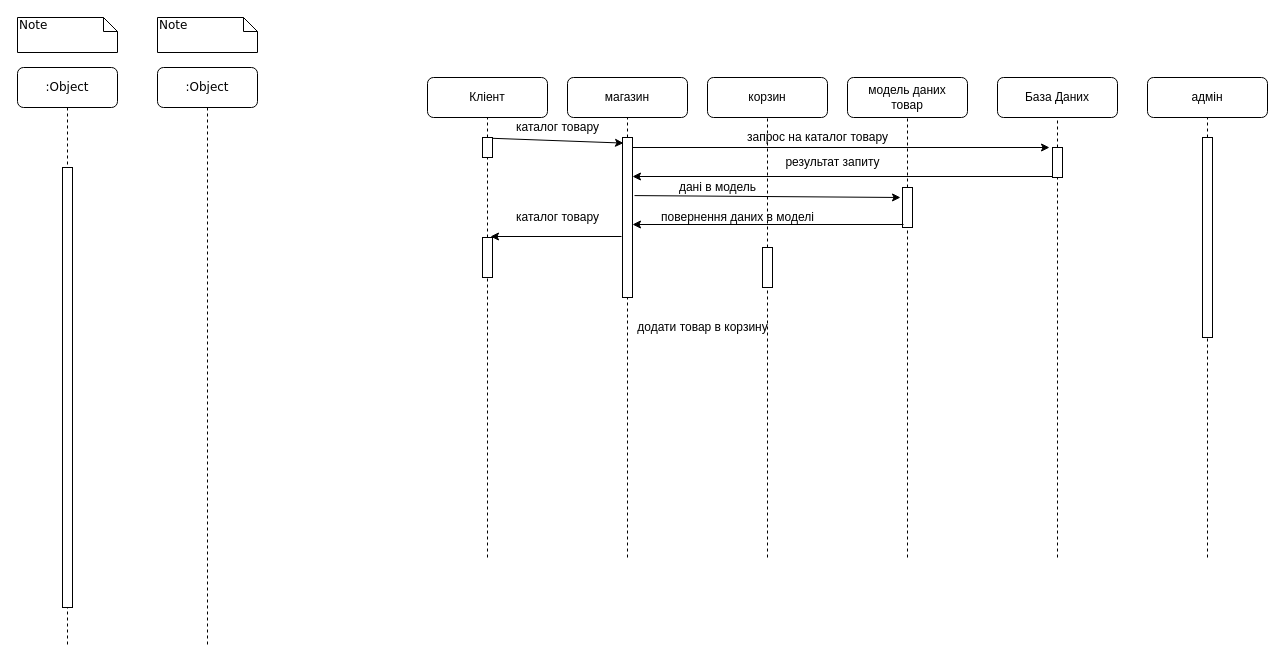
The draw.io diagram Untitled Diagram.drawio in Valerii335123/diagram, before the edit. Source tidied: cells renumbered, new cells numbered last; positions are measured from the earlier drawing's top-left corner, leaving out a move shared by most shapes. Both pictures are drawn from the tidied source at 100%, with x=0, y=0 at pixel (17, 17).
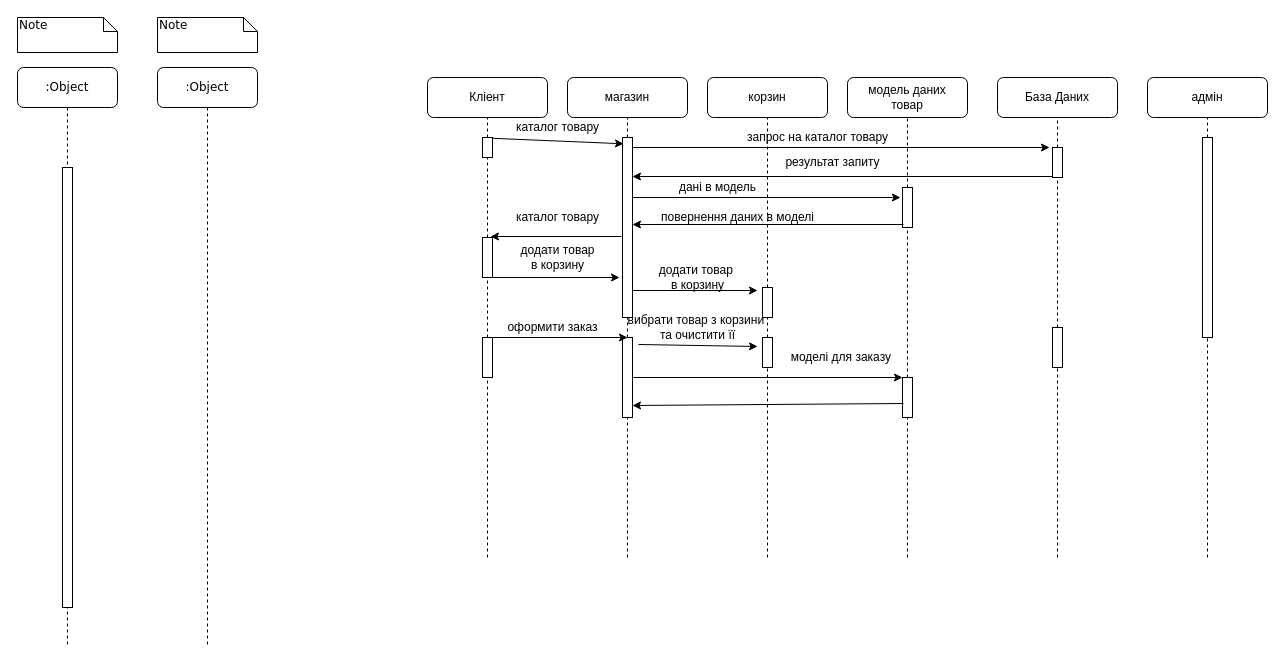
The same diagram, later.

The change refers to these unchanged cells:
```xml
<mxCell id="21" style="html=1;points=[];perimeter=orthogonalPerimeter;rounded=0;shadow=0;comic=0;labelBackgroundColor=none;strokeWidth=1;fontFamily=Verdana;fontSize=12;align=center;" parent="1" vertex="1">
  <mxGeometry x="885" y="170" width="10" height="40" as="geometry" />
</mxCell>
<mxCell id="25" style="html=1;points=[];perimeter=orthogonalPerimeter;rounded=0;shadow=0;comic=0;labelBackgroundColor=none;strokeWidth=1;fontFamily=Verdana;fontSize=12;align=center;" parent="1" vertex="1">
  <mxGeometry x="1035" y="130" width="10" height="30" as="geometry" />
</mxCell>
<mxCell id="39" style="html=1;points=[];perimeter=orthogonalPerimeter;rounded=0;shadow=0;comic=0;labelBackgroundColor=none;strokeWidth=1;fontFamily=Verdana;fontSize=12;align=center;" parent="1" vertex="1">
  <mxGeometry x="465" y="220" width="10" height="40" as="geometry" />
</mxCell>
```

The edit, as a diff of the source:
```diff
@@
     <mxCell id="13" style="html=1;points=[];perimeter=orthogonalPerimeter;rounded=0;shadow=0;comic=0;labelBackgroundColor=none;strokeWidth=1;fontFamily=Verdana;fontSize=12;align=center;" parent="1" vertex="1">
-      <mxGeometry x="605" y="120" width="10" height="160" as="geometry" />
+      <mxGeometry x="605" y="120" width="10" height="180" as="geometry" />
     </mxCell>
-    <mxCell id="14" style="endArrow=none;dashed=1;html=1;entryX=0.5;entryY=1;entryDx=0;entryDy=0;" parent="1" edge="1" target="13">
-      <mxGeometry relative="1" as="geometry">
-        <mxPoint x="610" y="540" as="sourcePoint" />
-      </mxGeometry>
+    <mxCell id="14" style="endArrow=none;dashed=1;html=1;entryX=0.5;entryY=1;entryDx=0;entryDy=0;" parent="1" edge="1" source="51" target="13">
+      <mxGeometry relative="1" as="geometry" />
     </mxCell>
@@
     <mxCell id="17" style="html=1;points=[];perimeter=orthogonalPerimeter;rounded=0;shadow=0;comic=0;labelBackgroundColor=none;strokeWidth=1;fontFamily=Verdana;fontSize=12;align=center;" parent="1" vertex="1">
-      <mxGeometry x="745" y="230" width="10" height="40" as="geometry" />
+      <mxGeometry x="745" y="270" width="10" height="30" as="geometry" />
     </mxCell>
-    <mxCell id="18" style="endArrow=none;dashed=1;html=1;entryX=0.5;entryY=1;entryDx=0;entryDy=0;" parent="1" edge="1" target="17">
-      <mxGeometry relative="1" as="geometry">
-        <mxPoint x="750" y="540" as="sourcePoint" />
-      </mxGeometry>
+    <mxCell id="18" style="endArrow=none;dashed=1;html=1;entryX=0.5;entryY=1;entryDx=0;entryDy=0;" parent="1" edge="1" source="53" target="17">
+      <mxGeometry relative="1" as="geometry" />
     </mxCell>
@@
-    <mxCell id="22" style="endArrow=none;dashed=1;html=1;entryX=0.5;entryY=1;entryDx=0;entryDy=0;" parent="1" edge="1" target="21">
-      <mxGeometry relative="1" as="geometry">
-        <mxPoint x="890" y="540" as="sourcePoint" />
-      </mxGeometry>
+    <mxCell id="22" style="endArrow=none;dashed=1;html=1;entryX=0.5;entryY=1;entryDx=0;entryDy=0;" parent="1" edge="1" source="55" target="21">
+      <mxGeometry relative="1" as="geometry" />
     </mxCell>
@@
-    <mxCell id="26" style="endArrow=none;dashed=1;html=1;entryX=0.5;entryY=1;entryDx=0;entryDy=0;" parent="1" edge="1" target="25">
-      <mxGeometry relative="1" as="geometry">
-        <mxPoint x="1040" y="540" as="sourcePoint" />
-      </mxGeometry>
+    <mxCell id="26" style="endArrow=none;dashed=1;html=1;entryX=0.5;entryY=1;entryDx=0;entryDy=0;" parent="1" edge="1" source="57" target="25">
+      <mxGeometry relative="1" as="geometry" />
     </mxCell>
@@
-    <mxCell id="34" value="додати товар в корзину" style="text;html=1;align=center;verticalAlign=middle;" parent="1" vertex="1">
-      <mxGeometry x="610" y="300" width="150" height="20" as="geometry" />
+    <mxCell id="34" value="додати товар &lt;br&gt;в корзину" style="text;html=1;align=center;verticalAlign=middle;" parent="1" vertex="1">
+      <mxGeometry x="495" y="225" width="90" height="30" as="geometry" />
     </mxCell>
@@
-    <mxCell id="40" style="endArrow=none;dashed=1;html=1;entryX=0.5;entryY=1;entryDx=0;entryDy=0;" parent="1" edge="1" target="39">
-      <mxGeometry relative="1" as="geometry">
-        <mxPoint x="470" y="540" as="sourcePoint" />
-      </mxGeometry>
+    <mxCell id="40" style="endArrow=none;dashed=1;html=1;entryX=0.5;entryY=1;entryDx=0;entryDy=0;" parent="1" edge="1" source="49" target="39">
+      <mxGeometry relative="1" as="geometry" />
     </mxCell>
-    <mxCell id="41" style="endArrow=classic;html=1;exitX=1.2;exitY=0.363;exitDx=0;exitDy=0;exitPerimeter=0;" parent="1" edge="1" source="13">
+    <mxCell id="41" style="endArrow=classic;html=1;" parent="1" edge="1" source="13">
       <mxGeometry relative="1" as="geometry">
         <mxPoint x="883" y="180" as="targetPoint" />
       </mxGeometry>
     </mxCell>
@@
+    <mxCell id="46" style="endArrow=classic;html=1;" parent="1" edge="1" source="39">
+      <mxGeometry relative="1" as="geometry">
+        <mxPoint x="602" y="260" as="targetPoint" />
+      </mxGeometry>
+    </mxCell>
+    <mxCell id="47" style="endArrow=classic;html=1;" parent="1" edge="1" source="13">
+      <mxGeometry relative="1" as="geometry">
+        <mxPoint x="740" y="273" as="targetPoint" />
+      </mxGeometry>
+    </mxCell>
+    <mxCell id="48" value="додати товар&amp;nbsp;&lt;br&gt;в корзину" style="text;html=1;align=center;verticalAlign=middle;" parent="1" vertex="1">
+      <mxGeometry x="635" y="245" width="90" height="30" as="geometry" />
+    </mxCell>
+    <mxCell id="49" style="html=1;points=[];perimeter=orthogonalPerimeter;rounded=0;shadow=0;comic=0;labelBackgroundColor=none;strokeWidth=1;fontFamily=Verdana;fontSize=12;align=center;" parent="1" vertex="1">
+      <mxGeometry x="465" y="320" width="10" height="40" as="geometry" />
+    </mxCell>
+    <mxCell id="50" style="endArrow=none;dashed=1;html=1;entryX=0.5;entryY=1;entryDx=0;entryDy=0;" parent="1" edge="1" target="49">
+      <mxGeometry relative="1" as="geometry">
+        <mxPoint x="470" y="540" as="sourcePoint" />
+      </mxGeometry>
+    </mxCell>
+    <mxCell id="51" style="html=1;points=[];perimeter=orthogonalPerimeter;rounded=0;shadow=0;comic=0;labelBackgroundColor=none;strokeWidth=1;fontFamily=Verdana;fontSize=12;align=center;" parent="1" vertex="1">
+      <mxGeometry x="605" y="320" width="10" height="80" as="geometry" />
+    </mxCell>
+    <mxCell id="52" style="endArrow=none;dashed=1;html=1;entryX=0.5;entryY=1;entryDx=0;entryDy=0;" parent="1" edge="1" target="51">
+      <mxGeometry relative="1" as="geometry">
+        <mxPoint x="610" y="540" as="sourcePoint" />
+      </mxGeometry>
+    </mxCell>
+    <mxCell id="53" style="html=1;points=[];perimeter=orthogonalPerimeter;rounded=0;shadow=0;comic=0;labelBackgroundColor=none;strokeWidth=1;fontFamily=Verdana;fontSize=12;align=center;" parent="1" vertex="1">
+      <mxGeometry x="745" y="320" width="10" height="30" as="geometry" />
+    </mxCell>
+    <mxCell id="54" style="endArrow=none;dashed=1;html=1;entryX=0.5;entryY=1;entryDx=0;entryDy=0;" parent="1" edge="1" target="53">
+      <mxGeometry relative="1" as="geometry">
+        <mxPoint x="750" y="540" as="sourcePoint" />
+      </mxGeometry>
+    </mxCell>
+    <mxCell id="55" style="html=1;points=[];perimeter=orthogonalPerimeter;rounded=0;shadow=0;comic=0;labelBackgroundColor=none;strokeWidth=1;fontFamily=Verdana;fontSize=12;align=center;" parent="1" vertex="1">
+      <mxGeometry x="885" y="360" width="10" height="40" as="geometry" />
+    </mxCell>
+    <mxCell id="56" style="endArrow=none;dashed=1;html=1;entryX=0.5;entryY=1;entryDx=0;entryDy=0;" parent="1" edge="1" target="55">
+      <mxGeometry relative="1" as="geometry">
+        <mxPoint x="890" y="540" as="sourcePoint" />
+      </mxGeometry>
+    </mxCell>
+    <mxCell id="57" style="html=1;points=[];perimeter=orthogonalPerimeter;rounded=0;shadow=0;comic=0;labelBackgroundColor=none;strokeWidth=1;fontFamily=Verdana;fontSize=12;align=center;" parent="1" vertex="1">
+      <mxGeometry x="1035" y="310" width="10" height="40" as="geometry" />
+    </mxCell>
+    <mxCell id="58" style="endArrow=none;dashed=1;html=1;entryX=0.5;entryY=1;entryDx=0;entryDy=0;" parent="1" edge="1" target="57">
+      <mxGeometry relative="1" as="geometry">
+        <mxPoint x="1040" y="540" as="sourcePoint" />
+      </mxGeometry>
+    </mxCell>
+    <mxCell id="59" style="endArrow=classic;html=1;" parent="1" edge="1">
+      <mxGeometry relative="1" as="geometry">
+        <mxPoint x="470" y="320" as="sourcePoint" />
+        <mxPoint x="610" y="320" as="targetPoint" />
+      </mxGeometry>
+    </mxCell>
+    <mxCell id="60" value="оформити заказ" style="text;html=1;align=center;verticalAlign=middle;" parent="1" vertex="1">
+      <mxGeometry x="480" y="300" width="110" height="20" as="geometry" />
+    </mxCell>
+    <mxCell id="61" style="endArrow=classic;html=1;exitX=0.131;exitY=1.067;exitDx=0;exitDy=0;exitPerimeter=0;" parent="1" edge="1" source="62">
+      <mxGeometry relative="1" as="geometry">
+        <mxPoint x="740" y="329" as="targetPoint" />
+      </mxGeometry>
+    </mxCell>
+    <mxCell id="62" value="вибрати товар з корзини&amp;nbsp;&lt;br&gt;та очистити її" style="text;html=1;align=center;verticalAlign=middle;points=[];" parent="1" vertex="1">
+      <mxGeometry x="600" y="295" width="160" height="30" as="geometry" />
+    </mxCell>
+    <mxCell id="63" style="endArrow=classic;html=1;" parent="1" edge="1" target="55">
+      <mxGeometry relative="1" as="geometry">
+        <mxPoint x="616" y="360" as="sourcePoint" />
+      </mxGeometry>
+    </mxCell>
+    <mxCell id="64" value="моделі для заказу&amp;nbsp;" style="text;html=1;align=center;verticalAlign=middle;" parent="1" vertex="1">
+      <mxGeometry x="765" y="330" width="120" height="20" as="geometry" />
+    </mxCell>
+    <mxCell id="65" style="endArrow=classic;html=1;entryX=1;entryY=0.85;entryDx=0;entryDy=0;entryPerimeter=0;exitX=0.1;exitY=0.65;exitDx=0;exitDy=0;exitPerimeter=0;" parent="1" edge="1" source="55" target="51">
+      <mxGeometry relative="1" as="geometry" />
+    </mxCell>
```
